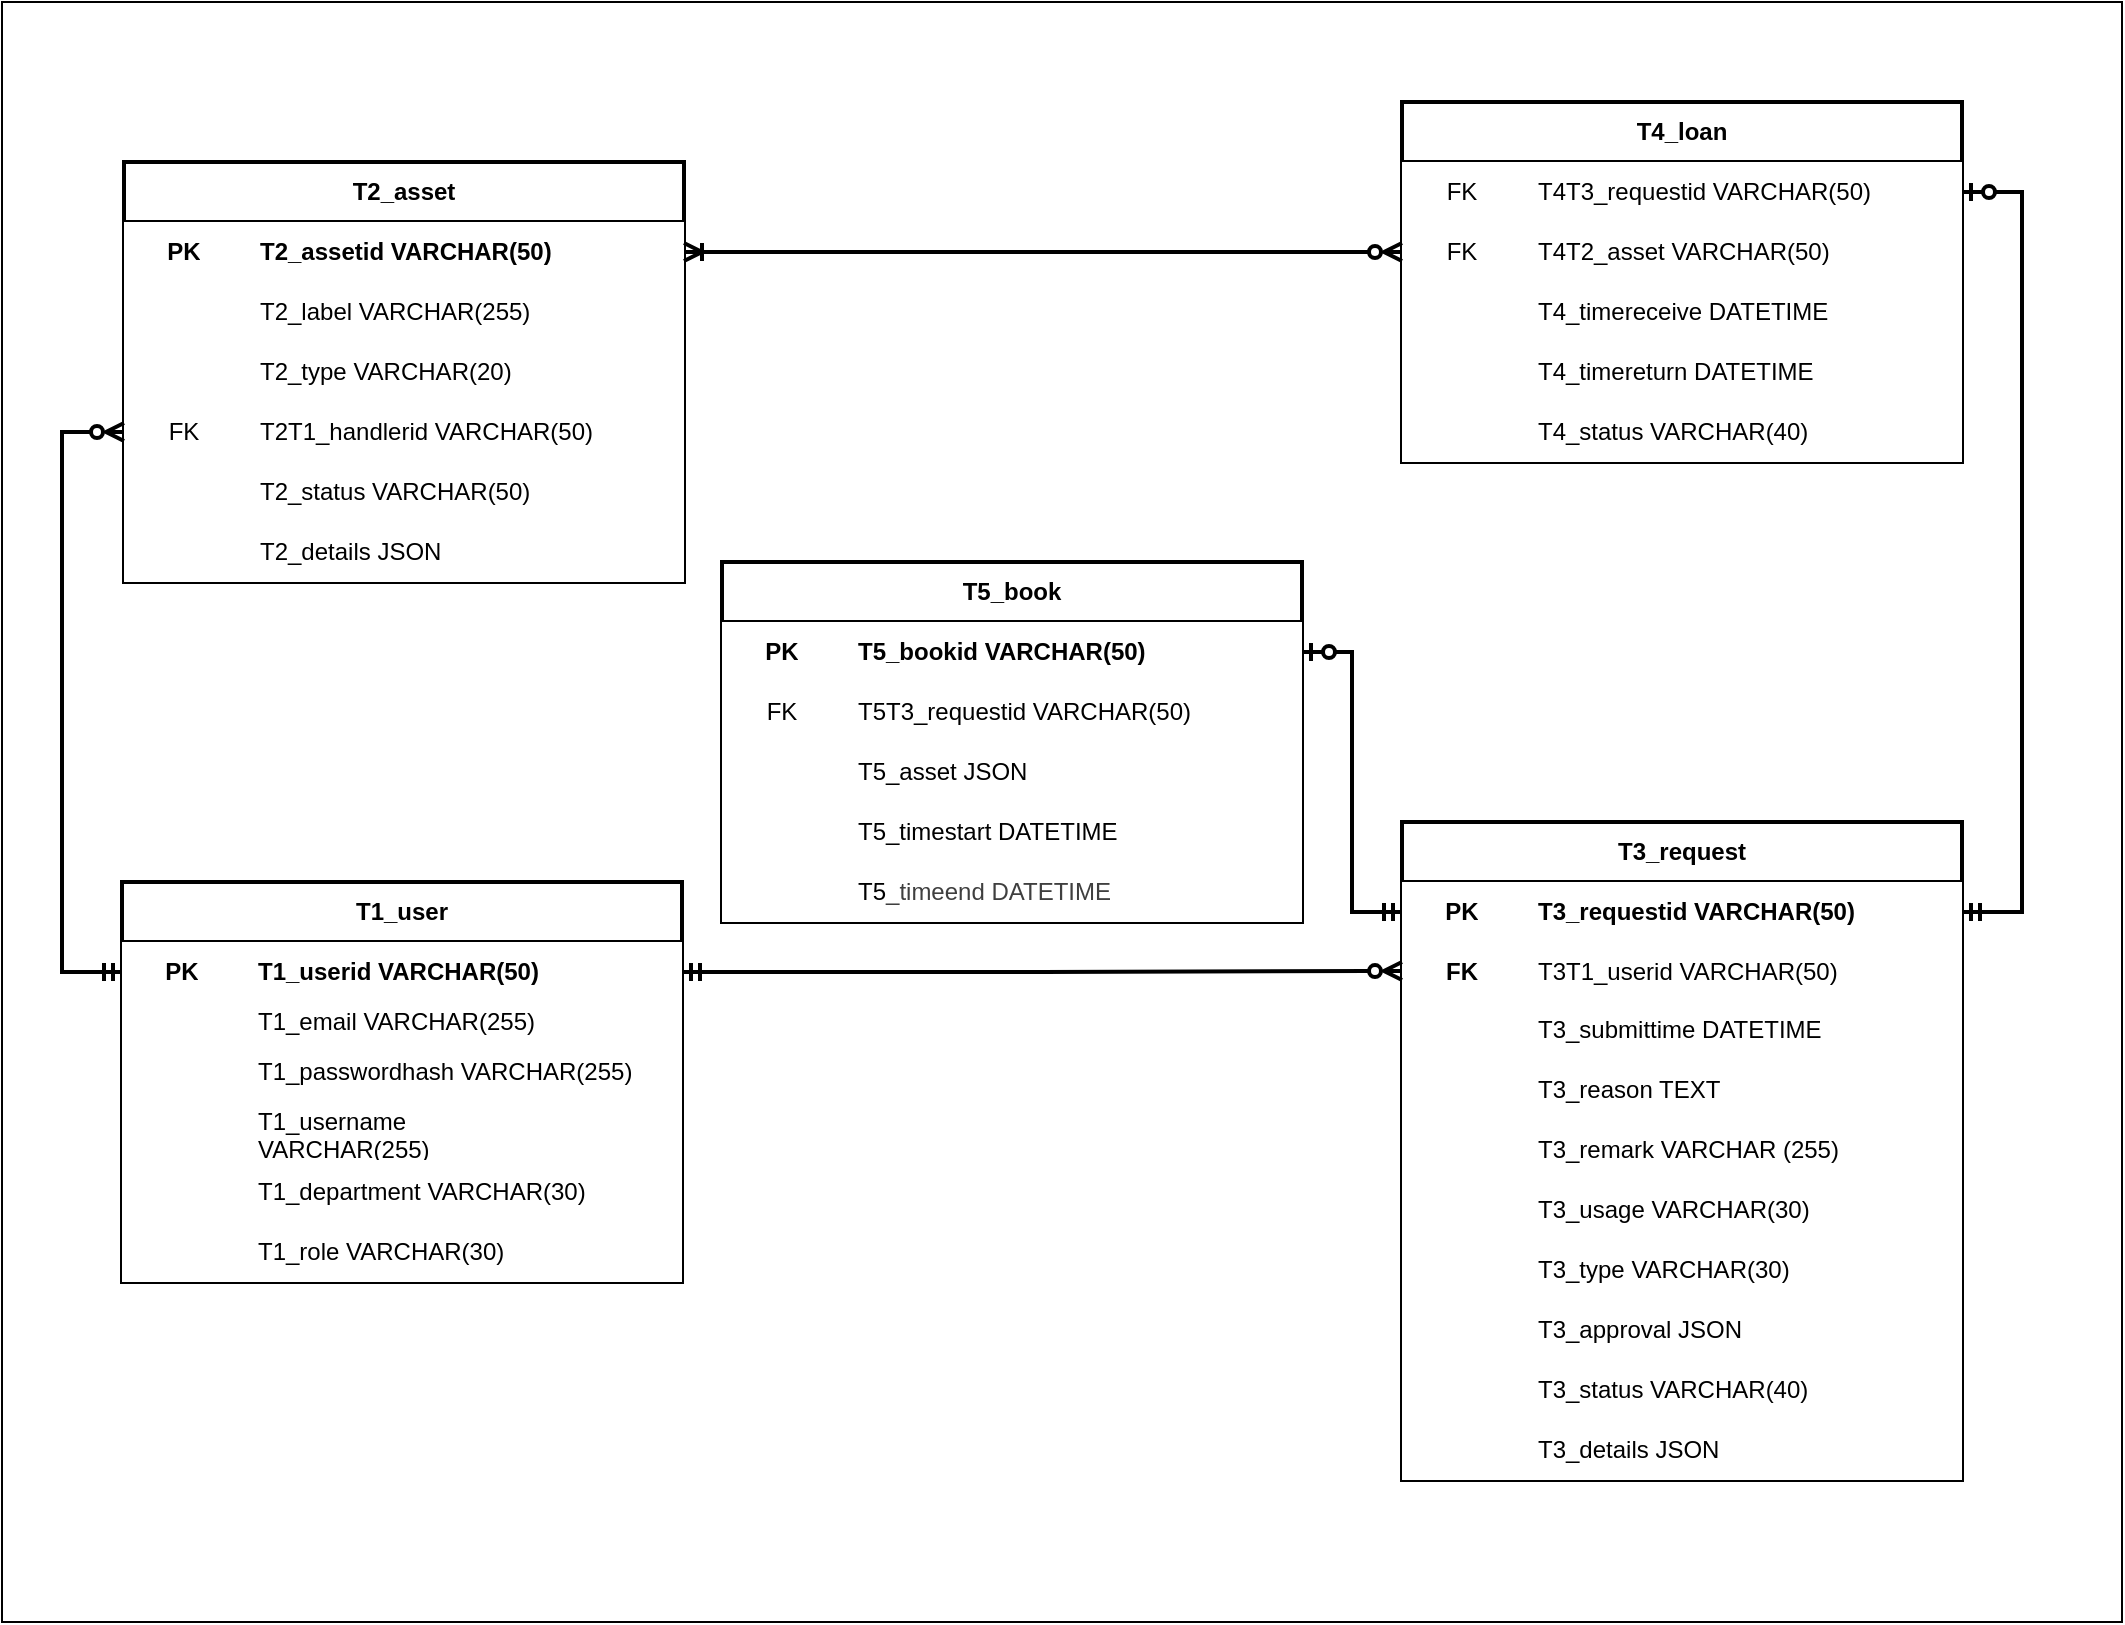
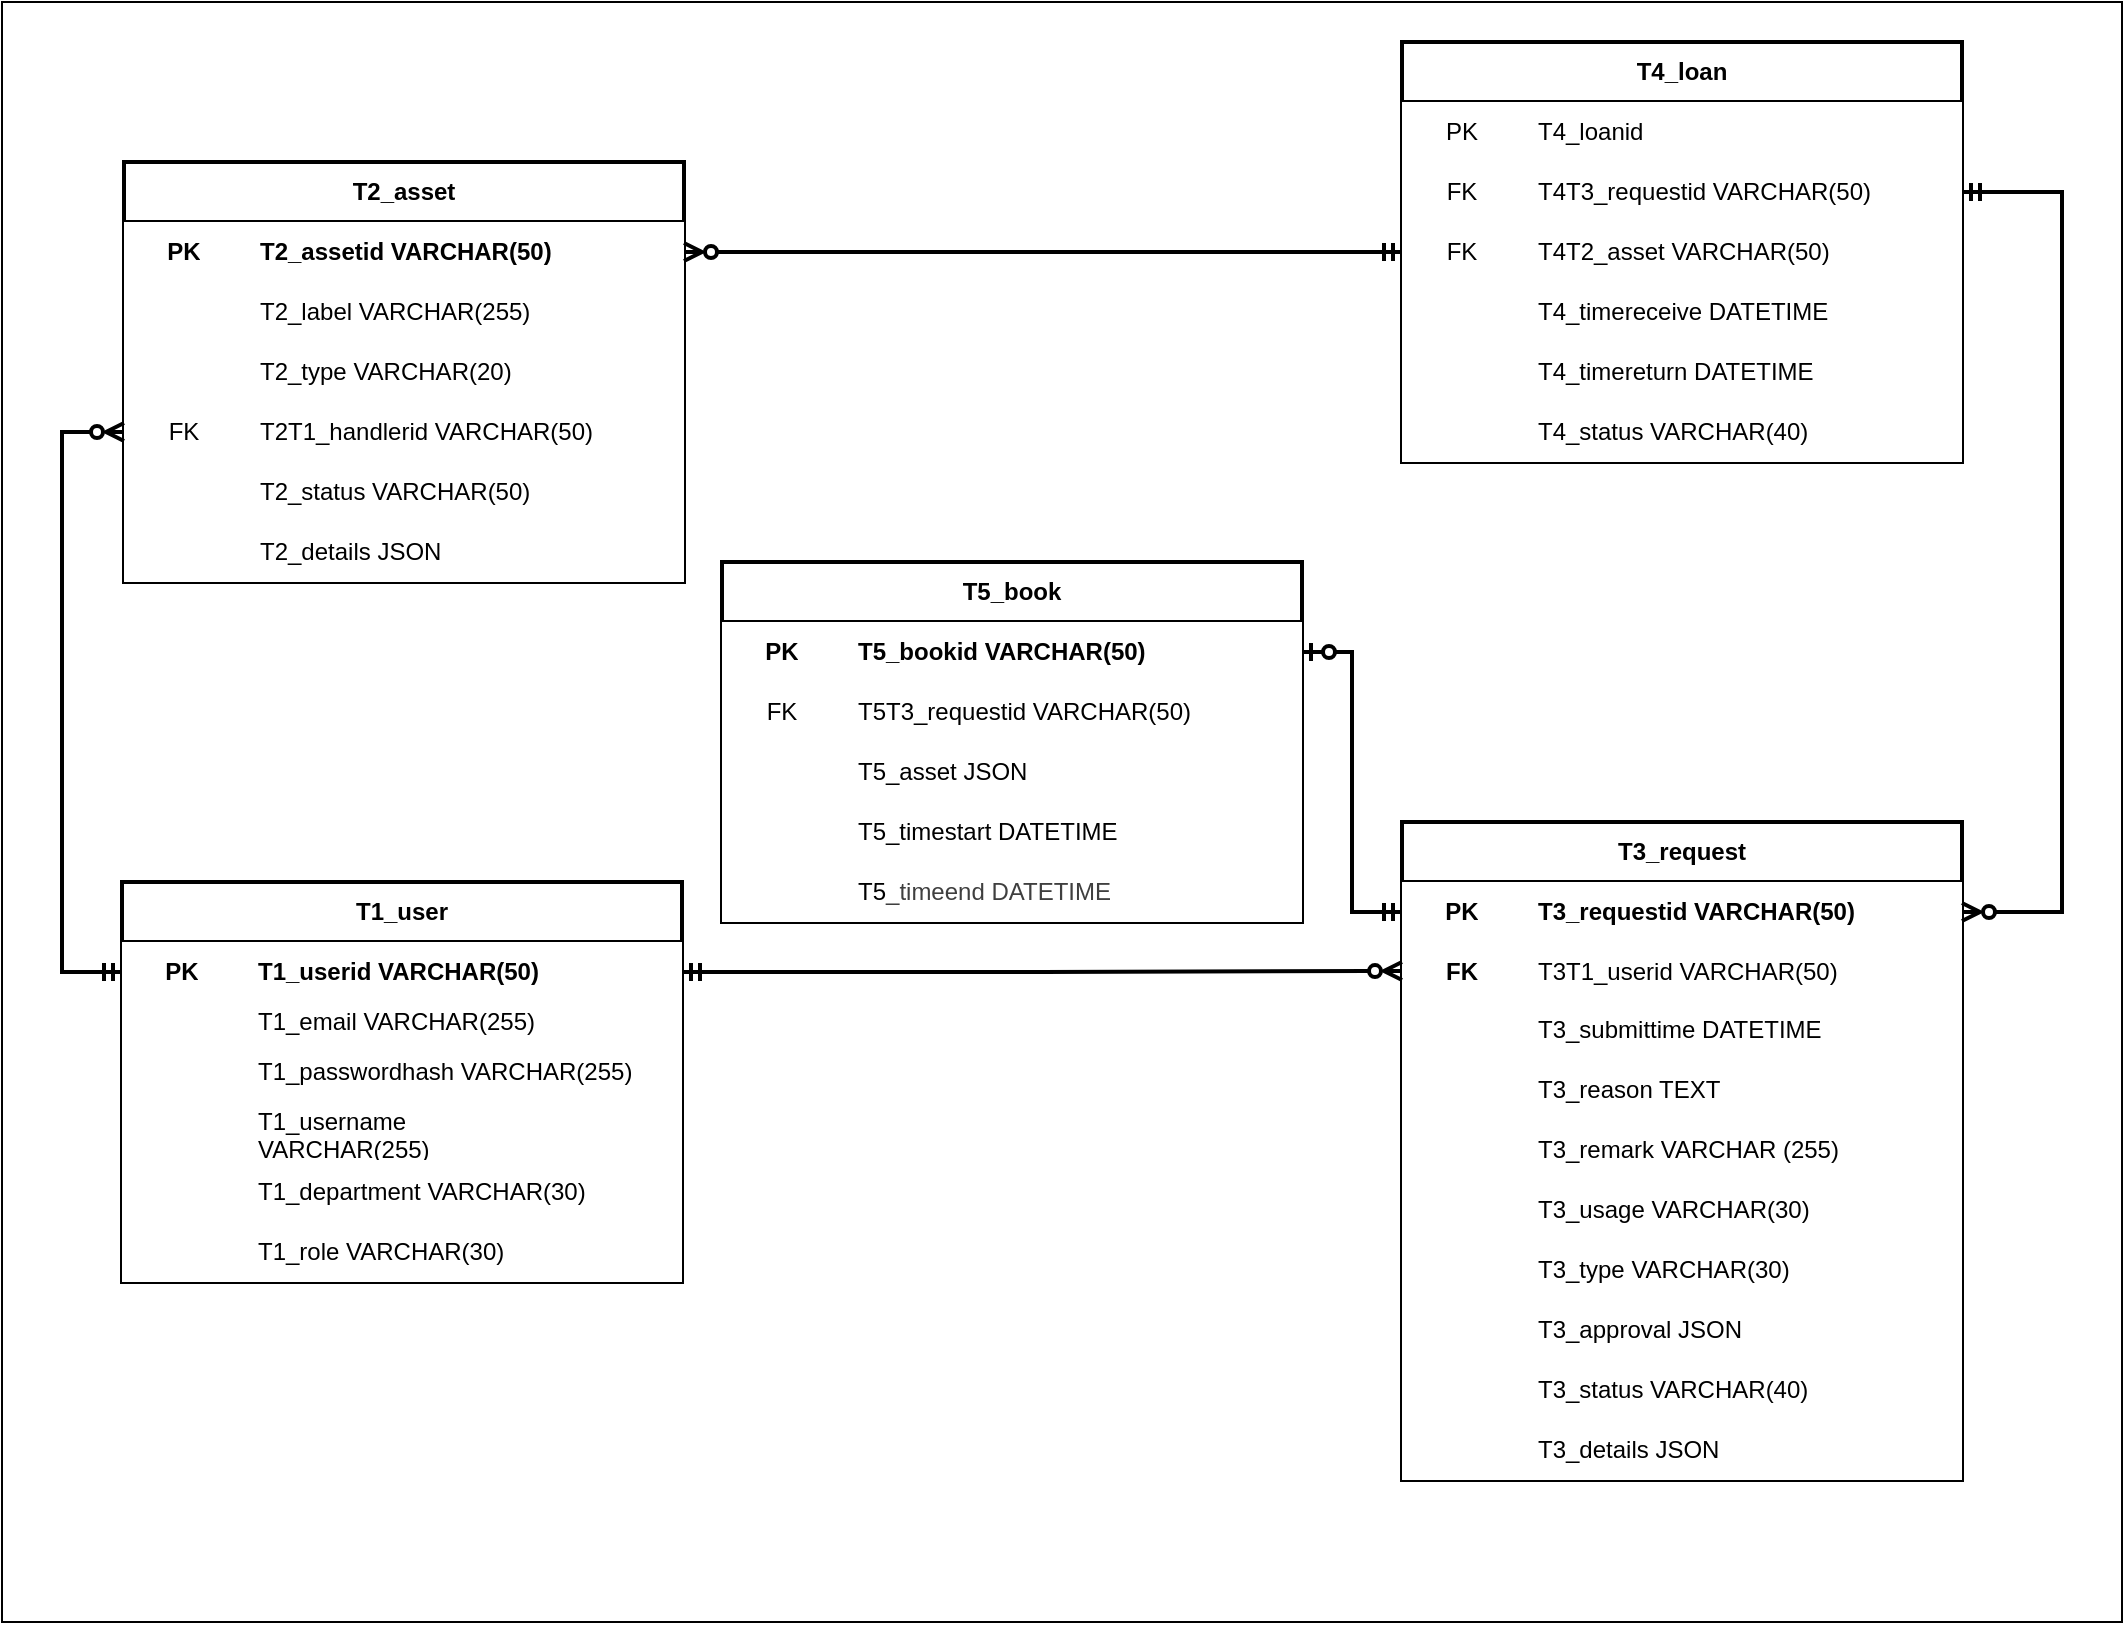
<mxfile host="65bd71144e">
    <diagram id="99jGwjI2mK34O7oxaWJw" name="Page-1">
-         <mxGraphModel dx="798" dy="547" grid="1" gridSize="10" guides="1" tooltips="1" connect="1" arrows="1" fold="1" page="1" pageScale="1" pageWidth="827" pageHeight="1169" math="0" shadow="0">
+         <mxGraphModel dx="1330" dy="912" grid="1" gridSize="10" guides="1" tooltips="1" connect="1" arrows="1" fold="1" page="1" pageScale="1" pageWidth="827" pageHeight="1169" math="0" shadow="0">
            <root>
                <mxCell id="0"/>
                <mxCell id="1" parent="0"/>
-                 <mxCell id="160" value="" style="rounded=0;whiteSpace=wrap;html=1;" parent="1" vertex="1">
+                 <mxCell id="160" value="" style="rounded=0;whiteSpace=wrap;html=1;movable=0;resizable=0;rotatable=0;deletable=0;editable=0;locked=1;connectable=0;" parent="1" vertex="1">
                    <mxGeometry x="160" y="90" width="1060" height="810" as="geometry"/>
                </mxCell>
                <mxCell id="18" value="T1_user" style="shape=table;startSize=30;container=1;collapsible=1;childLayout=tableLayout;fixedRows=1;rowLines=0;fontStyle=1;align=center;resizeLast=1;html=1;whiteSpace=wrap;fillColor=default;fillStyle=solid;swimlaneFillColor=none;strokeColor=default;perimeterSpacing=0;swimlaneLine=1;shadow=0;strokeWidth=2;labelBorderColor=none;labelBackgroundColor=none;" parent="1" vertex="1">
                    <mxGeometry x="220" y="530" width="280" height="200" as="geometry"/>
                </mxCell>
                <mxCell id="19" value="" style="shape=tableRow;horizontal=0;startSize=0;swimlaneHead=0;swimlaneBody=0;fillColor=default;collapsible=0;dropTarget=0;points=[[0,0.5],[1,0.5]];portConstraint=eastwest;top=0;left=0;right=0;bottom=0;html=1;labelBackgroundColor=none;labelBorderColor=none;swimlaneFillColor=none;" parent="18" vertex="1">
                    <mxGeometry y="30" width="280" height="30" as="geometry"/>
                </mxCell>
                <mxCell id="20" value="PK" style="shape=partialRectangle;connectable=0;fillColor=default;top=0;left=0;bottom=0;right=0;fontStyle=1;overflow=hidden;html=1;whiteSpace=wrap;labelBackgroundColor=none;labelBorderColor=none;swimlaneFillColor=none;" parent="19" vertex="1">
                    <mxGeometry width="60" height="30" as="geometry">
                        <mxRectangle width="60" height="30" as="alternateBounds"/>
                    </mxGeometry>
                </mxCell>
                <mxCell id="21" value="T1_userid VARCHAR(50)" style="shape=partialRectangle;connectable=0;fillColor=default;top=0;left=0;bottom=0;right=0;align=left;spacingLeft=6;fontStyle=1;overflow=hidden;html=1;whiteSpace=wrap;labelBackgroundColor=none;labelBorderColor=none;swimlaneFillColor=none;" parent="19" vertex="1">
                    <mxGeometry x="60" width="220" height="30" as="geometry">
                        <mxRectangle width="220" height="30" as="alternateBounds"/>
                    </mxGeometry>
                </mxCell>
                <mxCell id="22" value="" style="shape=tableRow;horizontal=0;startSize=0;swimlaneHead=0;swimlaneBody=0;fillColor=default;collapsible=0;dropTarget=0;points=[[0,0.5],[1,0.5]];portConstraint=eastwest;top=0;left=0;right=0;bottom=0;html=1;labelBackgroundColor=none;labelBorderColor=none;swimlaneFillColor=none;" parent="18" vertex="1">
                    <mxGeometry y="60" width="280" height="20" as="geometry"/>
                </mxCell>
                <mxCell id="23" value="" style="shape=partialRectangle;connectable=0;fillColor=default;top=0;left=0;bottom=0;right=0;fontStyle=1;overflow=hidden;html=1;whiteSpace=wrap;strokeWidth=1;shadow=0;strokeColor=default;perimeterSpacing=0;labelBackgroundColor=none;labelBorderColor=none;swimlaneFillColor=none;" parent="22" vertex="1">
                    <mxGeometry width="60" height="20" as="geometry">
                        <mxRectangle width="60" height="20" as="alternateBounds"/>
                    </mxGeometry>
                </mxCell>
                <mxCell id="24" value="T1_email VARCHAR(255)" style="shape=partialRectangle;connectable=0;fillColor=default;top=0;left=0;bottom=0;right=0;align=left;spacingLeft=6;fontStyle=0;overflow=hidden;html=1;whiteSpace=wrap;strokeWidth=1;shadow=0;perimeterSpacing=0;labelBackgroundColor=none;labelBorderColor=none;swimlaneFillColor=none;" parent="22" vertex="1">
                    <mxGeometry x="60" width="220" height="20" as="geometry">
                        <mxRectangle width="220" height="20" as="alternateBounds"/>
                    </mxGeometry>
                </mxCell>
                <mxCell id="25" value="" style="shape=tableRow;horizontal=0;startSize=0;swimlaneHead=0;swimlaneBody=0;fillColor=default;collapsible=0;dropTarget=0;points=[[0,0.5],[1,0.5]];portConstraint=eastwest;top=0;left=0;right=0;bottom=0;html=1;labelBackgroundColor=none;labelBorderColor=none;swimlaneFillColor=none;" parent="18" vertex="1">
                    <mxGeometry y="80" width="280" height="30" as="geometry"/>
                </mxCell>
                <mxCell id="26" value="" style="shape=partialRectangle;connectable=0;fillColor=default;top=0;left=0;bottom=0;right=0;editable=1;overflow=hidden;html=1;whiteSpace=wrap;labelBackgroundColor=none;labelBorderColor=none;swimlaneFillColor=none;" parent="25" vertex="1">
                    <mxGeometry width="60" height="30" as="geometry">
                        <mxRectangle width="60" height="30" as="alternateBounds"/>
                    </mxGeometry>
                </mxCell>
                <mxCell id="27" value="T1_passwordhash VARCHAR(255)" style="shape=partialRectangle;connectable=0;fillColor=default;top=0;left=0;bottom=0;right=0;align=left;spacingLeft=6;overflow=hidden;html=1;whiteSpace=wrap;labelBackgroundColor=none;labelBorderColor=none;swimlaneFillColor=none;" parent="25" vertex="1">
                    <mxGeometry x="60" width="220" height="30" as="geometry">
                        <mxRectangle width="220" height="30" as="alternateBounds"/>
                    </mxGeometry>
                </mxCell>
                <mxCell id="119" value="" style="shape=tableRow;horizontal=0;startSize=0;swimlaneHead=0;swimlaneBody=0;fillColor=default;collapsible=0;dropTarget=0;points=[[0,0.5],[1,0.5]];portConstraint=eastwest;top=0;left=0;right=0;bottom=0;html=1;labelBackgroundColor=none;labelBorderColor=none;swimlaneFillColor=none;" parent="18" vertex="1">
                    <mxGeometry y="110" width="280" height="30" as="geometry"/>
                </mxCell>
                <mxCell id="120" value="" style="shape=partialRectangle;connectable=0;fillColor=default;top=0;left=0;bottom=0;right=0;editable=1;overflow=hidden;html=1;whiteSpace=wrap;labelBackgroundColor=none;labelBorderColor=none;swimlaneFillColor=none;" parent="119" vertex="1">
                    <mxGeometry width="60" height="30" as="geometry">
                        <mxRectangle width="60" height="30" as="alternateBounds"/>
                    </mxGeometry>
                </mxCell>
                <mxCell id="121" value="T1_username VARCHAR(255)&lt;span style=&quot;white-space: pre;&quot;&gt;&#x9;&lt;/span&gt;&lt;span style=&quot;white-space: pre;&quot;&gt;&#x9;&lt;/span&gt;" style="shape=partialRectangle;connectable=0;fillColor=default;top=0;left=0;bottom=0;right=0;align=left;spacingLeft=6;overflow=hidden;html=1;whiteSpace=wrap;labelBackgroundColor=none;labelBorderColor=none;swimlaneFillColor=none;" parent="119" vertex="1">
                    <mxGeometry x="60" width="220" height="30" as="geometry">
                        <mxRectangle width="220" height="30" as="alternateBounds"/>
                    </mxGeometry>
                </mxCell>
                <mxCell id="122" value="" style="shape=tableRow;horizontal=0;startSize=0;swimlaneHead=0;swimlaneBody=0;fillColor=default;collapsible=0;dropTarget=0;points=[[0,0.5],[1,0.5]];portConstraint=eastwest;top=0;left=0;right=0;bottom=0;html=1;labelBackgroundColor=none;labelBorderColor=none;swimlaneFillColor=none;" parent="18" vertex="1">
                    <mxGeometry y="140" width="280" height="30" as="geometry"/>
                </mxCell>
                <mxCell id="123" value="" style="shape=partialRectangle;connectable=0;fillColor=default;top=0;left=0;bottom=0;right=0;editable=1;overflow=hidden;html=1;whiteSpace=wrap;labelBackgroundColor=none;labelBorderColor=none;swimlaneFillColor=none;" parent="122" vertex="1">
                    <mxGeometry width="60" height="30" as="geometry">
                        <mxRectangle width="60" height="30" as="alternateBounds"/>
                    </mxGeometry>
                </mxCell>
                <mxCell id="124" value="T1_department VARCHAR(30)" style="shape=partialRectangle;connectable=0;fillColor=default;top=0;left=0;bottom=0;right=0;align=left;spacingLeft=6;overflow=hidden;html=1;whiteSpace=wrap;labelBackgroundColor=none;labelBorderColor=none;swimlaneFillColor=none;" parent="122" vertex="1">
                    <mxGeometry x="60" width="220" height="30" as="geometry">
                        <mxRectangle width="220" height="30" as="alternateBounds"/>
                    </mxGeometry>
                </mxCell>
                <mxCell id="28" value="" style="shape=tableRow;horizontal=0;startSize=0;swimlaneHead=0;swimlaneBody=0;fillColor=default;collapsible=0;dropTarget=0;points=[[0,0.5],[1,0.5]];portConstraint=eastwest;top=0;left=0;right=0;bottom=0;html=1;labelBackgroundColor=none;labelBorderColor=none;swimlaneFillColor=none;" parent="18" vertex="1">
                    <mxGeometry y="170" width="280" height="30" as="geometry"/>
                </mxCell>
                <mxCell id="29" value="" style="shape=partialRectangle;connectable=0;fillColor=default;top=0;left=0;bottom=0;right=0;editable=1;overflow=hidden;html=1;whiteSpace=wrap;labelBackgroundColor=none;labelBorderColor=none;swimlaneFillColor=none;" parent="28" vertex="1">
                    <mxGeometry width="60" height="30" as="geometry">
                        <mxRectangle width="60" height="30" as="alternateBounds"/>
                    </mxGeometry>
                </mxCell>
                <mxCell id="30" value="T1_role VARCHAR(30)" style="shape=partialRectangle;connectable=0;fillColor=default;top=0;left=0;bottom=0;right=0;align=left;spacingLeft=6;overflow=hidden;html=1;whiteSpace=wrap;labelBackgroundColor=none;labelBorderColor=none;swimlaneFillColor=none;" parent="28" vertex="1">
                    <mxGeometry x="60" width="220" height="30" as="geometry">
                        <mxRectangle width="220" height="30" as="alternateBounds"/>
                    </mxGeometry>
                </mxCell>
                <mxCell id="34" value="T2_asset" style="shape=table;startSize=30;container=1;collapsible=1;childLayout=tableLayout;fixedRows=1;rowLines=0;fontStyle=1;align=center;resizeLast=1;html=1;whiteSpace=wrap;fillColor=default;fillStyle=solid;swimlaneFillColor=none;strokeColor=default;perimeterSpacing=0;swimlaneLine=1;shadow=0;strokeWidth=2;labelBorderColor=none;labelBackgroundColor=none;" parent="1" vertex="1">
                    <mxGeometry x="221" y="170" width="280" height="210" as="geometry"/>
                </mxCell>
                <mxCell id="35" value="" style="shape=tableRow;horizontal=0;startSize=0;swimlaneHead=0;swimlaneBody=0;fillColor=default;collapsible=0;dropTarget=0;points=[[0,0.5],[1,0.5]];portConstraint=eastwest;top=0;left=0;right=0;bottom=0;html=1;labelBackgroundColor=none;labelBorderColor=none;swimlaneFillColor=none;" parent="34" vertex="1">
                    <mxGeometry y="30" width="280" height="30" as="geometry"/>
                </mxCell>
                <mxCell id="36" value="PK" style="shape=partialRectangle;connectable=0;fillColor=default;top=0;left=0;bottom=0;right=0;fontStyle=1;overflow=hidden;html=1;whiteSpace=wrap;labelBackgroundColor=none;labelBorderColor=none;swimlaneFillColor=none;" parent="35" vertex="1">
                    <mxGeometry width="60" height="30" as="geometry">
                        <mxRectangle width="60" height="30" as="alternateBounds"/>
                    </mxGeometry>
                </mxCell>
                <mxCell id="37" value="T2_assetid VARCHAR(50)" style="shape=partialRectangle;connectable=0;fillColor=default;top=0;left=0;bottom=0;right=0;align=left;spacingLeft=6;fontStyle=1;overflow=hidden;html=1;whiteSpace=wrap;labelBackgroundColor=none;labelBorderColor=none;swimlaneFillColor=none;" parent="35" vertex="1">
                    <mxGeometry x="60" width="220" height="30" as="geometry">
                        <mxRectangle width="220" height="30" as="alternateBounds"/>
                    </mxGeometry>
                </mxCell>
                <mxCell id="38" value="" style="shape=tableRow;horizontal=0;startSize=0;swimlaneHead=0;swimlaneBody=0;fillColor=default;collapsible=0;dropTarget=0;points=[[0,0.5],[1,0.5]];portConstraint=eastwest;top=0;left=0;right=0;bottom=0;html=1;labelBackgroundColor=none;labelBorderColor=none;swimlaneFillColor=none;" parent="34" vertex="1">
                    <mxGeometry y="60" width="280" height="30" as="geometry"/>
                </mxCell>
                <mxCell id="39" value="" style="shape=partialRectangle;connectable=0;fillColor=default;top=0;left=0;bottom=0;right=0;fontStyle=1;overflow=hidden;html=1;whiteSpace=wrap;strokeWidth=1;shadow=0;strokeColor=default;perimeterSpacing=0;labelBackgroundColor=none;labelBorderColor=none;swimlaneFillColor=none;" parent="38" vertex="1">
                    <mxGeometry width="60" height="30" as="geometry">
                        <mxRectangle width="60" height="30" as="alternateBounds"/>
                    </mxGeometry>
                </mxCell>
                <mxCell id="40" value="T2_label VARCHAR(255)" style="shape=partialRectangle;connectable=0;fillColor=default;top=0;left=0;bottom=0;right=0;align=left;spacingLeft=6;fontStyle=0;overflow=hidden;html=1;whiteSpace=wrap;strokeWidth=1;shadow=0;perimeterSpacing=0;labelBackgroundColor=none;labelBorderColor=none;swimlaneFillColor=none;" parent="38" vertex="1">
                    <mxGeometry x="60" width="220" height="30" as="geometry">
                        <mxRectangle width="220" height="30" as="alternateBounds"/>
                    </mxGeometry>
                </mxCell>
                <mxCell id="66" value="" style="shape=tableRow;horizontal=0;startSize=0;swimlaneHead=0;swimlaneBody=0;fillColor=default;collapsible=0;dropTarget=0;points=[[0,0.5],[1,0.5]];portConstraint=eastwest;top=0;left=0;right=0;bottom=0;html=1;labelBackgroundColor=none;labelBorderColor=none;swimlaneFillColor=none;" parent="34" vertex="1">
                    <mxGeometry y="90" width="280" height="30" as="geometry"/>
                </mxCell>
                <mxCell id="67" value="" style="shape=partialRectangle;connectable=0;fillColor=default;top=0;left=0;bottom=0;right=0;fontStyle=1;overflow=hidden;html=1;whiteSpace=wrap;strokeWidth=1;shadow=0;strokeColor=default;perimeterSpacing=0;labelBackgroundColor=none;labelBorderColor=none;swimlaneFillColor=none;" parent="66" vertex="1">
                    <mxGeometry width="60" height="30" as="geometry">
                        <mxRectangle width="60" height="30" as="alternateBounds"/>
                    </mxGeometry>
                </mxCell>
                <mxCell id="68" value="T2_type VARCHAR(20)" style="shape=partialRectangle;connectable=0;fillColor=default;top=0;left=0;bottom=0;right=0;align=left;spacingLeft=6;fontStyle=0;overflow=hidden;html=1;whiteSpace=wrap;strokeWidth=1;shadow=0;perimeterSpacing=0;labelBackgroundColor=none;labelBorderColor=none;swimlaneFillColor=none;" parent="66" vertex="1">
                    <mxGeometry x="60" width="220" height="30" as="geometry">
                        <mxRectangle width="220" height="30" as="alternateBounds"/>
                    </mxGeometry>
                </mxCell>
                <mxCell id="60" value="" style="shape=tableRow;horizontal=0;startSize=0;swimlaneHead=0;swimlaneBody=0;fillColor=default;collapsible=0;dropTarget=0;points=[[0,0.5],[1,0.5]];portConstraint=eastwest;top=0;left=0;right=0;bottom=0;html=1;labelBackgroundColor=none;labelBorderColor=none;swimlaneFillColor=none;" parent="34" vertex="1">
                    <mxGeometry y="120" width="280" height="30" as="geometry"/>
                </mxCell>
                <mxCell id="61" value="FK" style="shape=partialRectangle;connectable=0;fillColor=default;top=0;left=0;bottom=0;right=0;editable=1;overflow=hidden;html=1;whiteSpace=wrap;labelBackgroundColor=none;labelBorderColor=none;swimlaneFillColor=none;" parent="60" vertex="1">
                    <mxGeometry width="60" height="30" as="geometry">
                        <mxRectangle width="60" height="30" as="alternateBounds"/>
                    </mxGeometry>
                </mxCell>
                <mxCell id="62" value="T2T1_handlerid VARCHAR(50)" style="shape=partialRectangle;connectable=0;fillColor=default;top=0;left=0;bottom=0;right=0;align=left;spacingLeft=6;overflow=hidden;html=1;whiteSpace=wrap;labelBackgroundColor=none;labelBorderColor=none;swimlaneFillColor=none;" parent="60" vertex="1">
                    <mxGeometry x="60" width="220" height="30" as="geometry">
                        <mxRectangle width="220" height="30" as="alternateBounds"/>
                    </mxGeometry>
                </mxCell>
                <mxCell id="69" value="" style="shape=tableRow;horizontal=0;startSize=0;swimlaneHead=0;swimlaneBody=0;fillColor=default;collapsible=0;dropTarget=0;points=[[0,0.5],[1,0.5]];portConstraint=eastwest;top=0;left=0;right=0;bottom=0;html=1;labelBackgroundColor=none;labelBorderColor=none;swimlaneFillColor=none;" parent="34" vertex="1">
                    <mxGeometry y="150" width="280" height="30" as="geometry"/>
                </mxCell>
                <mxCell id="70" value="" style="shape=partialRectangle;connectable=0;fillColor=default;top=0;left=0;bottom=0;right=0;editable=1;overflow=hidden;html=1;whiteSpace=wrap;labelBackgroundColor=none;labelBorderColor=none;swimlaneFillColor=none;" parent="69" vertex="1">
                    <mxGeometry width="60" height="30" as="geometry">
                        <mxRectangle width="60" height="30" as="alternateBounds"/>
                    </mxGeometry>
                </mxCell>
                <mxCell id="71" value="T2_status VARCHAR(50)" style="shape=partialRectangle;connectable=0;fillColor=default;top=0;left=0;bottom=0;right=0;align=left;spacingLeft=6;overflow=hidden;html=1;whiteSpace=wrap;labelBackgroundColor=none;labelBorderColor=none;swimlaneFillColor=none;" parent="69" vertex="1">
                    <mxGeometry x="60" width="220" height="30" as="geometry">
                        <mxRectangle width="220" height="30" as="alternateBounds"/>
                    </mxGeometry>
                </mxCell>
                <mxCell id="153" value="" style="shape=tableRow;horizontal=0;startSize=0;swimlaneHead=0;swimlaneBody=0;fillColor=default;collapsible=0;dropTarget=0;points=[[0,0.5],[1,0.5]];portConstraint=eastwest;top=0;left=0;right=0;bottom=0;html=1;labelBackgroundColor=none;labelBorderColor=none;swimlaneFillColor=none;" parent="34" vertex="1">
                    <mxGeometry y="180" width="280" height="30" as="geometry"/>
                </mxCell>
                <mxCell id="154" value="" style="shape=partialRectangle;connectable=0;fillColor=default;top=0;left=0;bottom=0;right=0;editable=1;overflow=hidden;html=1;whiteSpace=wrap;labelBackgroundColor=none;labelBorderColor=none;swimlaneFillColor=none;" parent="153" vertex="1">
                    <mxGeometry width="60" height="30" as="geometry">
                        <mxRectangle width="60" height="30" as="alternateBounds"/>
                    </mxGeometry>
                </mxCell>
                <mxCell id="155" value="T2_details JSON" style="shape=partialRectangle;connectable=0;fillColor=default;top=0;left=0;bottom=0;right=0;align=left;spacingLeft=6;overflow=hidden;html=1;whiteSpace=wrap;labelBackgroundColor=none;labelBorderColor=none;swimlaneFillColor=none;" parent="153" vertex="1">
                    <mxGeometry x="60" width="220" height="30" as="geometry">
                        <mxRectangle width="220" height="30" as="alternateBounds"/>
                    </mxGeometry>
                </mxCell>
                <mxCell id="72" value="T3_request" style="shape=table;startSize=30;container=1;collapsible=1;childLayout=tableLayout;fixedRows=1;rowLines=0;fontStyle=1;align=center;resizeLast=1;html=1;whiteSpace=wrap;fillColor=default;fillStyle=solid;swimlaneFillColor=none;strokeColor=default;perimeterSpacing=0;swimlaneLine=1;shadow=0;strokeWidth=2;labelBorderColor=none;labelBackgroundColor=none;" parent="1" vertex="1">
                    <mxGeometry x="860" y="500" width="280" height="329" as="geometry"/>
                </mxCell>
                <mxCell id="73" value="" style="shape=tableRow;horizontal=0;startSize=0;swimlaneHead=0;swimlaneBody=0;fillColor=default;collapsible=0;dropTarget=0;points=[[0,0.5],[1,0.5]];portConstraint=eastwest;top=0;left=0;right=0;bottom=0;html=1;labelBackgroundColor=none;labelBorderColor=none;swimlaneFillColor=none;" parent="72" vertex="1">
                    <mxGeometry y="30" width="280" height="30" as="geometry"/>
                </mxCell>
                <mxCell id="74" value="PK" style="shape=partialRectangle;connectable=0;fillColor=default;top=0;left=0;bottom=0;right=0;fontStyle=1;overflow=hidden;html=1;whiteSpace=wrap;labelBackgroundColor=none;labelBorderColor=none;swimlaneFillColor=none;" parent="73" vertex="1">
                    <mxGeometry width="60" height="30" as="geometry">
                        <mxRectangle width="60" height="30" as="alternateBounds"/>
                    </mxGeometry>
                </mxCell>
                <mxCell id="75" value="T3_requestid VARCHAR(50)" style="shape=partialRectangle;connectable=0;fillColor=default;top=0;left=0;bottom=0;right=0;align=left;spacingLeft=6;fontStyle=1;overflow=hidden;html=1;whiteSpace=wrap;labelBackgroundColor=none;labelBorderColor=none;swimlaneFillColor=none;" parent="73" vertex="1">
                    <mxGeometry x="60" width="220" height="30" as="geometry">
                        <mxRectangle width="220" height="30" as="alternateBounds"/>
                    </mxGeometry>
                </mxCell>
                <mxCell id="76" value="" style="shape=tableRow;horizontal=0;startSize=0;swimlaneHead=0;swimlaneBody=0;fillColor=default;collapsible=0;dropTarget=0;points=[[0,0.5],[1,0.5]];portConstraint=eastwest;top=0;left=0;right=0;bottom=0;html=1;labelBackgroundColor=none;labelBorderColor=none;swimlaneFillColor=none;" parent="72" vertex="1">
                    <mxGeometry y="60" width="280" height="29" as="geometry"/>
                </mxCell>
                <mxCell id="77" value="FK" style="shape=partialRectangle;connectable=0;fillColor=default;top=0;left=0;bottom=0;right=0;fontStyle=1;overflow=hidden;html=1;whiteSpace=wrap;strokeWidth=1;shadow=0;strokeColor=default;perimeterSpacing=0;labelBackgroundColor=none;labelBorderColor=none;swimlaneFillColor=none;" parent="76" vertex="1">
                    <mxGeometry width="60" height="29" as="geometry">
                        <mxRectangle width="60" height="29" as="alternateBounds"/>
                    </mxGeometry>
                </mxCell>
                <mxCell id="78" value="T3T1_userid VARCHAR(50)" style="shape=partialRectangle;connectable=0;fillColor=default;top=0;left=0;bottom=0;right=0;align=left;spacingLeft=6;fontStyle=0;overflow=hidden;html=1;whiteSpace=wrap;strokeWidth=1;shadow=0;perimeterSpacing=0;labelBackgroundColor=none;labelBorderColor=none;swimlaneFillColor=none;" parent="76" vertex="1">
                    <mxGeometry x="60" width="220" height="29" as="geometry">
                        <mxRectangle width="220" height="29" as="alternateBounds"/>
                    </mxGeometry>
                </mxCell>
                <mxCell id="79" value="" style="shape=tableRow;horizontal=0;startSize=0;swimlaneHead=0;swimlaneBody=0;fillColor=default;collapsible=0;dropTarget=0;points=[[0,0.5],[1,0.5]];portConstraint=eastwest;top=0;left=0;right=0;bottom=0;html=1;labelBackgroundColor=none;labelBorderColor=none;swimlaneFillColor=none;" parent="72" vertex="1">
                    <mxGeometry y="89" width="280" height="30" as="geometry"/>
                </mxCell>
                <mxCell id="80" value="" style="shape=partialRectangle;connectable=0;fillColor=default;top=0;left=0;bottom=0;right=0;editable=1;overflow=hidden;html=1;whiteSpace=wrap;labelBackgroundColor=none;labelBorderColor=none;swimlaneFillColor=none;" parent="79" vertex="1">
                    <mxGeometry width="60" height="30" as="geometry">
                        <mxRectangle width="60" height="30" as="alternateBounds"/>
                    </mxGeometry>
                </mxCell>
                <mxCell id="81" value="T3_submittime DATETIME" style="shape=partialRectangle;connectable=0;fillColor=default;top=0;left=0;bottom=0;right=0;align=left;spacingLeft=6;overflow=hidden;html=1;whiteSpace=wrap;labelBackgroundColor=none;labelBorderColor=none;swimlaneFillColor=none;" parent="79" vertex="1">
                    <mxGeometry x="60" width="220" height="30" as="geometry">
                        <mxRectangle width="220" height="30" as="alternateBounds"/>
                    </mxGeometry>
                </mxCell>
                <mxCell id="128" value="" style="shape=tableRow;horizontal=0;startSize=0;swimlaneHead=0;swimlaneBody=0;fillColor=default;collapsible=0;dropTarget=0;points=[[0,0.5],[1,0.5]];portConstraint=eastwest;top=0;left=0;right=0;bottom=0;html=1;labelBackgroundColor=none;labelBorderColor=none;swimlaneFillColor=none;" parent="72" vertex="1">
                    <mxGeometry y="119" width="280" height="30" as="geometry"/>
                </mxCell>
                <mxCell id="129" value="" style="shape=partialRectangle;connectable=0;fillColor=default;top=0;left=0;bottom=0;right=0;editable=1;overflow=hidden;html=1;whiteSpace=wrap;labelBackgroundColor=none;labelBorderColor=none;swimlaneFillColor=none;" parent="128" vertex="1">
                    <mxGeometry width="60" height="30" as="geometry">
                        <mxRectangle width="60" height="30" as="alternateBounds"/>
                    </mxGeometry>
                </mxCell>
                <mxCell id="130" value="T3_reason TEXT" style="shape=partialRectangle;connectable=0;fillColor=default;top=0;left=0;bottom=0;right=0;align=left;spacingLeft=6;overflow=hidden;html=1;whiteSpace=wrap;labelBackgroundColor=none;labelBorderColor=none;swimlaneFillColor=none;" parent="128" vertex="1">
                    <mxGeometry x="60" width="220" height="30" as="geometry">
                        <mxRectangle width="220" height="30" as="alternateBounds"/>
                    </mxGeometry>
                </mxCell>
                <mxCell id="131" value="" style="shape=tableRow;horizontal=0;startSize=0;swimlaneHead=0;swimlaneBody=0;fillColor=default;collapsible=0;dropTarget=0;points=[[0,0.5],[1,0.5]];portConstraint=eastwest;top=0;left=0;right=0;bottom=0;html=1;labelBackgroundColor=none;labelBorderColor=none;swimlaneFillColor=none;" parent="72" vertex="1">
                    <mxGeometry y="149" width="280" height="30" as="geometry"/>
                </mxCell>
                <mxCell id="132" value="" style="shape=partialRectangle;connectable=0;fillColor=default;top=0;left=0;bottom=0;right=0;editable=1;overflow=hidden;html=1;whiteSpace=wrap;labelBackgroundColor=none;labelBorderColor=none;swimlaneFillColor=none;" parent="131" vertex="1">
                    <mxGeometry width="60" height="30" as="geometry">
                        <mxRectangle width="60" height="30" as="alternateBounds"/>
                    </mxGeometry>
                </mxCell>
                <mxCell id="133" value="T3_remark VARCHAR (255)" style="shape=partialRectangle;connectable=0;fillColor=default;top=0;left=0;bottom=0;right=0;align=left;spacingLeft=6;overflow=hidden;html=1;whiteSpace=wrap;labelBackgroundColor=none;labelBorderColor=none;swimlaneFillColor=none;" parent="131" vertex="1">
                    <mxGeometry x="60" width="220" height="30" as="geometry">
                        <mxRectangle width="220" height="30" as="alternateBounds"/>
                    </mxGeometry>
                </mxCell>
                <mxCell id="134" value="" style="shape=tableRow;horizontal=0;startSize=0;swimlaneHead=0;swimlaneBody=0;fillColor=default;collapsible=0;dropTarget=0;points=[[0,0.5],[1,0.5]];portConstraint=eastwest;top=0;left=0;right=0;bottom=0;html=1;labelBackgroundColor=none;labelBorderColor=none;swimlaneFillColor=none;" parent="72" vertex="1">
                    <mxGeometry y="179" width="280" height="30" as="geometry"/>
                </mxCell>
                <mxCell id="135" value="" style="shape=partialRectangle;connectable=0;fillColor=default;top=0;left=0;bottom=0;right=0;editable=1;overflow=hidden;html=1;whiteSpace=wrap;labelBackgroundColor=none;labelBorderColor=none;swimlaneFillColor=none;" parent="134" vertex="1">
                    <mxGeometry width="60" height="30" as="geometry">
                        <mxRectangle width="60" height="30" as="alternateBounds"/>
                    </mxGeometry>
                </mxCell>
                <mxCell id="136" value="T3_usage VARCHAR(30)" style="shape=partialRectangle;connectable=0;fillColor=default;top=0;left=0;bottom=0;right=0;align=left;spacingLeft=6;overflow=hidden;html=1;whiteSpace=wrap;labelBackgroundColor=none;labelBorderColor=none;swimlaneFillColor=none;" parent="134" vertex="1">
                    <mxGeometry x="60" width="220" height="30" as="geometry">
                        <mxRectangle width="220" height="30" as="alternateBounds"/>
                    </mxGeometry>
                </mxCell>
                <mxCell id="137" value="" style="shape=tableRow;horizontal=0;startSize=0;swimlaneHead=0;swimlaneBody=0;fillColor=default;collapsible=0;dropTarget=0;points=[[0,0.5],[1,0.5]];portConstraint=eastwest;top=0;left=0;right=0;bottom=0;html=1;labelBackgroundColor=none;labelBorderColor=none;swimlaneFillColor=none;" parent="72" vertex="1">
                    <mxGeometry y="209" width="280" height="30" as="geometry"/>
                </mxCell>
                <mxCell id="138" value="" style="shape=partialRectangle;connectable=0;fillColor=default;top=0;left=0;bottom=0;right=0;editable=1;overflow=hidden;html=1;whiteSpace=wrap;labelBackgroundColor=none;labelBorderColor=none;swimlaneFillColor=none;" parent="137" vertex="1">
                    <mxGeometry width="60" height="30" as="geometry">
                        <mxRectangle width="60" height="30" as="alternateBounds"/>
                    </mxGeometry>
                </mxCell>
                <mxCell id="139" value="T3_type VARCHAR(30)" style="shape=partialRectangle;connectable=0;fillColor=default;top=0;left=0;bottom=0;right=0;align=left;spacingLeft=6;overflow=hidden;html=1;whiteSpace=wrap;labelBackgroundColor=none;labelBorderColor=none;swimlaneFillColor=none;" parent="137" vertex="1">
                    <mxGeometry x="60" width="220" height="30" as="geometry">
                        <mxRectangle width="220" height="30" as="alternateBounds"/>
                    </mxGeometry>
                </mxCell>
                <mxCell id="82" value="" style="shape=tableRow;horizontal=0;startSize=0;swimlaneHead=0;swimlaneBody=0;fillColor=default;collapsible=0;dropTarget=0;points=[[0,0.5],[1,0.5]];portConstraint=eastwest;top=0;left=0;right=0;bottom=0;html=1;labelBackgroundColor=none;labelBorderColor=none;swimlaneFillColor=none;" parent="72" vertex="1">
                    <mxGeometry y="239" width="280" height="30" as="geometry"/>
                </mxCell>
                <mxCell id="83" value="" style="shape=partialRectangle;connectable=0;fillColor=default;top=0;left=0;bottom=0;right=0;editable=1;overflow=hidden;html=1;whiteSpace=wrap;labelBackgroundColor=none;labelBorderColor=none;swimlaneFillColor=none;" parent="82" vertex="1">
                    <mxGeometry width="60" height="30" as="geometry">
                        <mxRectangle width="60" height="30" as="alternateBounds"/>
                    </mxGeometry>
                </mxCell>
                <mxCell id="84" value="T3_approval JSON" style="shape=partialRectangle;connectable=0;fillColor=default;top=0;left=0;bottom=0;right=0;align=left;spacingLeft=6;overflow=hidden;html=1;whiteSpace=wrap;labelBackgroundColor=none;labelBorderColor=none;swimlaneFillColor=none;" parent="82" vertex="1">
                    <mxGeometry x="60" width="220" height="30" as="geometry">
                        <mxRectangle width="220" height="30" as="alternateBounds"/>
                    </mxGeometry>
                </mxCell>
                <mxCell id="88" value="" style="shape=tableRow;horizontal=0;startSize=0;swimlaneHead=0;swimlaneBody=0;fillColor=default;collapsible=0;dropTarget=0;points=[[0,0.5],[1,0.5]];portConstraint=eastwest;top=0;left=0;right=0;bottom=0;html=1;labelBackgroundColor=none;labelBorderColor=none;swimlaneFillColor=none;" parent="72" vertex="1">
                    <mxGeometry y="269" width="280" height="30" as="geometry"/>
                </mxCell>
                <mxCell id="89" value="" style="shape=partialRectangle;connectable=0;fillColor=default;top=0;left=0;bottom=0;right=0;editable=1;overflow=hidden;html=1;whiteSpace=wrap;labelBackgroundColor=none;labelBorderColor=none;swimlaneFillColor=none;" parent="88" vertex="1">
                    <mxGeometry width="60" height="30" as="geometry">
                        <mxRectangle width="60" height="30" as="alternateBounds"/>
                    </mxGeometry>
                </mxCell>
                <mxCell id="90" value="T3_status VARCHAR(40)" style="shape=partialRectangle;connectable=0;fillColor=default;top=0;left=0;bottom=0;right=0;align=left;spacingLeft=6;overflow=hidden;html=1;whiteSpace=wrap;labelBackgroundColor=none;labelBorderColor=none;swimlaneFillColor=none;" parent="88" vertex="1">
                    <mxGeometry x="60" width="220" height="30" as="geometry">
                        <mxRectangle width="220" height="30" as="alternateBounds"/>
                    </mxGeometry>
                </mxCell>
                <mxCell id="85" value="" style="shape=tableRow;horizontal=0;startSize=0;swimlaneHead=0;swimlaneBody=0;fillColor=default;collapsible=0;dropTarget=0;points=[[0,0.5],[1,0.5]];portConstraint=eastwest;top=0;left=0;right=0;bottom=0;html=1;labelBackgroundColor=none;labelBorderColor=none;swimlaneFillColor=none;" parent="72" vertex="1">
                    <mxGeometry y="299" width="280" height="30" as="geometry"/>
                </mxCell>
                <mxCell id="86" value="" style="shape=partialRectangle;connectable=0;fillColor=default;top=0;left=0;bottom=0;right=0;editable=1;overflow=hidden;html=1;whiteSpace=wrap;labelBackgroundColor=none;labelBorderColor=none;swimlaneFillColor=none;" parent="85" vertex="1">
                    <mxGeometry width="60" height="30" as="geometry">
                        <mxRectangle width="60" height="30" as="alternateBounds"/>
                    </mxGeometry>
                </mxCell>
                <mxCell id="87" value="T3_details JSON" style="shape=partialRectangle;connectable=0;fillColor=default;top=0;left=0;bottom=0;right=0;align=left;spacingLeft=6;overflow=hidden;html=1;whiteSpace=wrap;labelBackgroundColor=none;labelBorderColor=none;swimlaneFillColor=none;" parent="85" vertex="1">
                    <mxGeometry x="60" width="220" height="30" as="geometry">
                        <mxRectangle width="220" height="30" as="alternateBounds"/>
                    </mxGeometry>
                </mxCell>
                <mxCell id="161" value="T4_loan" style="shape=table;startSize=30;container=1;collapsible=1;childLayout=tableLayout;fixedRows=1;rowLines=0;fontStyle=1;align=center;resizeLast=1;html=1;whiteSpace=wrap;fillColor=default;fillStyle=solid;swimlaneFillColor=none;strokeColor=default;perimeterSpacing=0;swimlaneLine=1;shadow=0;strokeWidth=2;labelBorderColor=none;labelBackgroundColor=none;" parent="1" vertex="1">
-                     <mxGeometry x="860" y="140" width="280" height="180" as="geometry"/>
+                     <mxGeometry x="860" y="110" width="280" height="210" as="geometry"/>
+                 </mxCell>
+                 <mxCell id="239" value="" style="shape=tableRow;horizontal=0;startSize=0;swimlaneHead=0;swimlaneBody=0;fillColor=default;collapsible=0;dropTarget=0;points=[[0,0.5],[1,0.5]];portConstraint=eastwest;top=0;left=0;right=0;bottom=0;html=1;labelBackgroundColor=none;labelBorderColor=none;swimlaneFillColor=none;" vertex="1" parent="161">
+                     <mxGeometry y="30" width="280" height="30" as="geometry"/>
+                 </mxCell>
+                 <mxCell id="240" value="PK" style="shape=partialRectangle;connectable=0;fillColor=default;top=0;left=0;bottom=0;right=0;editable=1;overflow=hidden;html=1;whiteSpace=wrap;labelBackgroundColor=none;labelBorderColor=none;swimlaneFillColor=none;" vertex="1" parent="239">
+                     <mxGeometry width="60" height="30" as="geometry">
+                         <mxRectangle width="60" height="30" as="alternateBounds"/>
+                     </mxGeometry>
+                 </mxCell>
+                 <mxCell id="241" value="T4_loanid" style="shape=partialRectangle;connectable=0;fillColor=default;top=0;left=0;bottom=0;right=0;align=left;spacingLeft=6;overflow=hidden;html=1;whiteSpace=wrap;labelBackgroundColor=none;labelBorderColor=none;swimlaneFillColor=none;" vertex="1" parent="239">
+                     <mxGeometry x="60" width="220" height="30" as="geometry">
+                         <mxRectangle width="220" height="30" as="alternateBounds"/>
+                     </mxGeometry>
                </mxCell>
                <mxCell id="201" value="" style="shape=tableRow;horizontal=0;startSize=0;swimlaneHead=0;swimlaneBody=0;fillColor=default;collapsible=0;dropTarget=0;points=[[0,0.5],[1,0.5]];portConstraint=eastwest;top=0;left=0;right=0;bottom=0;html=1;labelBackgroundColor=none;labelBorderColor=none;swimlaneFillColor=none;" parent="161" vertex="1">
-                     <mxGeometry y="30" width="280" height="30" as="geometry"/>
+                     <mxGeometry y="60" width="280" height="30" as="geometry"/>
                </mxCell>
                <mxCell id="202" value="FK" style="shape=partialRectangle;connectable=0;fillColor=default;top=0;left=0;bottom=0;right=0;editable=1;overflow=hidden;html=1;whiteSpace=wrap;labelBackgroundColor=none;labelBorderColor=none;swimlaneFillColor=none;" parent="201" vertex="1">
                    <mxGeometry width="60" height="30" as="geometry">
                        <mxRectangle width="60" height="30" as="alternateBounds"/>
                    </mxGeometry>
                </mxCell>
                <mxCell id="203" value="T4T3_requestid VARCHAR(50)" style="shape=partialRectangle;connectable=0;fillColor=default;top=0;left=0;bottom=0;right=0;align=left;spacingLeft=6;overflow=hidden;html=1;whiteSpace=wrap;labelBackgroundColor=none;labelBorderColor=none;swimlaneFillColor=none;" parent="201" vertex="1">
                    <mxGeometry x="60" width="220" height="30" as="geometry">
                        <mxRectangle width="220" height="30" as="alternateBounds"/>
                    </mxGeometry>
                </mxCell>
                <mxCell id="165" value="" style="shape=tableRow;horizontal=0;startSize=0;swimlaneHead=0;swimlaneBody=0;fillColor=default;collapsible=0;dropTarget=0;points=[[0,0.5],[1,0.5]];portConstraint=eastwest;top=0;left=0;right=0;bottom=0;html=1;labelBackgroundColor=none;labelBorderColor=none;swimlaneFillColor=none;" parent="161" vertex="1">
-                     <mxGeometry y="60" width="280" height="30" as="geometry"/>
+                     <mxGeometry y="90" width="280" height="30" as="geometry"/>
                </mxCell>
                <mxCell id="166" value="&lt;span style=&quot;font-weight: normal;&quot;&gt;FK&lt;/span&gt;" style="shape=partialRectangle;connectable=0;fillColor=default;top=0;left=0;bottom=0;right=0;fontStyle=1;overflow=hidden;html=1;whiteSpace=wrap;strokeWidth=1;shadow=0;strokeColor=default;perimeterSpacing=0;labelBackgroundColor=none;labelBorderColor=none;swimlaneFillColor=none;" parent="165" vertex="1">
                    <mxGeometry width="60" height="30" as="geometry">
                        <mxRectangle width="60" height="30" as="alternateBounds"/>
                    </mxGeometry>
                </mxCell>
                <mxCell id="167" value="T4T2_asset VARCHAR(50)" style="shape=partialRectangle;connectable=0;fillColor=default;top=0;left=0;bottom=0;right=0;align=left;spacingLeft=6;fontStyle=0;overflow=hidden;html=1;whiteSpace=wrap;strokeWidth=1;shadow=0;perimeterSpacing=0;labelBackgroundColor=none;labelBorderColor=none;swimlaneFillColor=none;" parent="165" vertex="1">
                    <mxGeometry x="60" width="220" height="30" as="geometry">
                        <mxRectangle width="220" height="30" as="alternateBounds"/>
                    </mxGeometry>
                </mxCell>
                <mxCell id="171" value="" style="shape=tableRow;horizontal=0;startSize=0;swimlaneHead=0;swimlaneBody=0;fillColor=default;collapsible=0;dropTarget=0;points=[[0,0.5],[1,0.5]];portConstraint=eastwest;top=0;left=0;right=0;bottom=0;html=1;labelBackgroundColor=none;labelBorderColor=none;swimlaneFillColor=none;" parent="161" vertex="1">
-                     <mxGeometry y="90" width="280" height="30" as="geometry"/>
+                     <mxGeometry y="120" width="280" height="30" as="geometry"/>
                </mxCell>
                <mxCell id="172" value="" style="shape=partialRectangle;connectable=0;fillColor=default;top=0;left=0;bottom=0;right=0;editable=1;overflow=hidden;html=1;whiteSpace=wrap;labelBackgroundColor=none;labelBorderColor=none;swimlaneFillColor=none;" parent="171" vertex="1">
                    <mxGeometry width="60" height="30" as="geometry">
                        <mxRectangle width="60" height="30" as="alternateBounds"/>
                    </mxGeometry>
                </mxCell>
                <mxCell id="173" value="T4_timereceive DATETIME" style="shape=partialRectangle;connectable=0;fillColor=default;top=0;left=0;bottom=0;right=0;align=left;spacingLeft=6;overflow=hidden;html=1;whiteSpace=wrap;labelBackgroundColor=none;labelBorderColor=none;swimlaneFillColor=none;" parent="171" vertex="1">
                    <mxGeometry x="60" width="220" height="30" as="geometry">
                        <mxRectangle width="220" height="30" as="alternateBounds"/>
                    </mxGeometry>
                </mxCell>
                <mxCell id="174" value="" style="shape=tableRow;horizontal=0;startSize=0;swimlaneHead=0;swimlaneBody=0;fillColor=default;collapsible=0;dropTarget=0;points=[[0,0.5],[1,0.5]];portConstraint=eastwest;top=0;left=0;right=0;bottom=0;html=1;labelBackgroundColor=none;labelBorderColor=none;swimlaneFillColor=none;" parent="161" vertex="1">
-                     <mxGeometry y="120" width="280" height="30" as="geometry"/>
+                     <mxGeometry y="150" width="280" height="30" as="geometry"/>
                </mxCell>
                <mxCell id="175" value="" style="shape=partialRectangle;connectable=0;fillColor=default;top=0;left=0;bottom=0;right=0;editable=1;overflow=hidden;html=1;whiteSpace=wrap;labelBackgroundColor=none;labelBorderColor=none;swimlaneFillColor=none;" parent="174" vertex="1">
                    <mxGeometry width="60" height="30" as="geometry">
                        <mxRectangle width="60" height="30" as="alternateBounds"/>
                    </mxGeometry>
                </mxCell>
                <mxCell id="176" value="T4_timereturn DATETIME" style="shape=partialRectangle;connectable=0;fillColor=default;top=0;left=0;bottom=0;right=0;align=left;spacingLeft=6;overflow=hidden;html=1;whiteSpace=wrap;labelBackgroundColor=none;labelBorderColor=none;swimlaneFillColor=none;" parent="174" vertex="1">
                    <mxGeometry x="60" width="220" height="30" as="geometry">
                        <mxRectangle width="220" height="30" as="alternateBounds"/>
                    </mxGeometry>
                </mxCell>
                <mxCell id="236" value="" style="shape=tableRow;horizontal=0;startSize=0;swimlaneHead=0;swimlaneBody=0;fillColor=default;collapsible=0;dropTarget=0;points=[[0,0.5],[1,0.5]];portConstraint=eastwest;top=0;left=0;right=0;bottom=0;html=1;labelBackgroundColor=none;labelBorderColor=none;swimlaneFillColor=none;" parent="161" vertex="1">
-                     <mxGeometry y="150" width="280" height="30" as="geometry"/>
+                     <mxGeometry y="180" width="280" height="30" as="geometry"/>
                </mxCell>
                <mxCell id="237" value="" style="shape=partialRectangle;connectable=0;fillColor=default;top=0;left=0;bottom=0;right=0;editable=1;overflow=hidden;html=1;whiteSpace=wrap;labelBackgroundColor=none;labelBorderColor=none;swimlaneFillColor=none;" parent="236" vertex="1">
                    <mxGeometry width="60" height="30" as="geometry">
                        <mxRectangle width="60" height="30" as="alternateBounds"/>
                    </mxGeometry>
                </mxCell>
                <mxCell id="238" value="T4_status VARCHAR(40)" style="shape=partialRectangle;connectable=0;fillColor=default;top=0;left=0;bottom=0;right=0;align=left;spacingLeft=6;overflow=hidden;html=1;whiteSpace=wrap;labelBackgroundColor=none;labelBorderColor=none;swimlaneFillColor=none;" parent="236" vertex="1">
                    <mxGeometry x="60" width="220" height="30" as="geometry">
                        <mxRectangle width="220" height="30" as="alternateBounds"/>
                    </mxGeometry>
                </mxCell>
                <mxCell id="204" value="T5_book" style="shape=table;startSize=30;container=1;collapsible=1;childLayout=tableLayout;fixedRows=1;rowLines=0;fontStyle=1;align=center;resizeLast=1;html=1;whiteSpace=wrap;fillColor=default;fillStyle=solid;swimlaneFillColor=none;strokeColor=default;perimeterSpacing=0;swimlaneLine=1;shadow=0;strokeWidth=2;labelBorderColor=none;labelBackgroundColor=none;" parent="1" vertex="1">
                    <mxGeometry x="520" y="370" width="290" height="180" as="geometry"/>
                </mxCell>
                <mxCell id="205" value="" style="shape=tableRow;horizontal=0;startSize=0;swimlaneHead=0;swimlaneBody=0;fillColor=default;collapsible=0;dropTarget=0;points=[[0,0.5],[1,0.5]];portConstraint=eastwest;top=0;left=0;right=0;bottom=0;html=1;labelBackgroundColor=none;labelBorderColor=none;swimlaneFillColor=none;" parent="204" vertex="1">
                    <mxGeometry y="30" width="290" height="30" as="geometry"/>
                </mxCell>
                <mxCell id="206" value="PK" style="shape=partialRectangle;connectable=0;fillColor=default;top=0;left=0;bottom=0;right=0;fontStyle=1;overflow=hidden;html=1;whiteSpace=wrap;labelBackgroundColor=none;labelBorderColor=none;swimlaneFillColor=none;" parent="205" vertex="1">
                    <mxGeometry width="60" height="30" as="geometry">
                        <mxRectangle width="60" height="30" as="alternateBounds"/>
                    </mxGeometry>
                </mxCell>
                <mxCell id="207" value="T5_bookid VARCHAR(50)" style="shape=partialRectangle;connectable=0;fillColor=default;top=0;left=0;bottom=0;right=0;align=left;spacingLeft=6;fontStyle=1;overflow=hidden;html=1;whiteSpace=wrap;labelBackgroundColor=none;labelBorderColor=none;swimlaneFillColor=none;" parent="205" vertex="1">
                    <mxGeometry x="60" width="230" height="30" as="geometry">
                        <mxRectangle width="230" height="30" as="alternateBounds"/>
                    </mxGeometry>
                </mxCell>
                <mxCell id="208" value="" style="shape=tableRow;horizontal=0;startSize=0;swimlaneHead=0;swimlaneBody=0;fillColor=default;collapsible=0;dropTarget=0;points=[[0,0.5],[1,0.5]];portConstraint=eastwest;top=0;left=0;right=0;bottom=0;html=1;labelBackgroundColor=none;labelBorderColor=none;swimlaneFillColor=none;" parent="204" vertex="1">
                    <mxGeometry y="60" width="290" height="30" as="geometry"/>
                </mxCell>
                <mxCell id="209" value="FK" style="shape=partialRectangle;connectable=0;fillColor=default;top=0;left=0;bottom=0;right=0;editable=1;overflow=hidden;html=1;whiteSpace=wrap;labelBackgroundColor=none;labelBorderColor=none;swimlaneFillColor=none;" parent="208" vertex="1">
                    <mxGeometry width="60" height="30" as="geometry">
                        <mxRectangle width="60" height="30" as="alternateBounds"/>
                    </mxGeometry>
                </mxCell>
                <mxCell id="210" value="T5T3_requestid VARCHAR(50)" style="shape=partialRectangle;connectable=0;fillColor=default;top=0;left=0;bottom=0;right=0;align=left;spacingLeft=6;overflow=hidden;html=1;whiteSpace=wrap;labelBackgroundColor=none;labelBorderColor=none;swimlaneFillColor=none;" parent="208" vertex="1">
                    <mxGeometry x="60" width="230" height="30" as="geometry">
                        <mxRectangle width="230" height="30" as="alternateBounds"/>
                    </mxGeometry>
                </mxCell>
                <mxCell id="211" value="" style="shape=tableRow;horizontal=0;startSize=0;swimlaneHead=0;swimlaneBody=0;fillColor=default;collapsible=0;dropTarget=0;points=[[0,0.5],[1,0.5]];portConstraint=eastwest;top=0;left=0;right=0;bottom=0;html=1;labelBackgroundColor=none;labelBorderColor=none;swimlaneFillColor=none;" parent="204" vertex="1">
                    <mxGeometry y="90" width="290" height="30" as="geometry"/>
                </mxCell>
                <mxCell id="212" value="" style="shape=partialRectangle;connectable=0;fillColor=default;top=0;left=0;bottom=0;right=0;fontStyle=1;overflow=hidden;html=1;whiteSpace=wrap;strokeWidth=1;shadow=0;strokeColor=default;perimeterSpacing=0;labelBackgroundColor=none;labelBorderColor=none;swimlaneFillColor=none;" parent="211" vertex="1">
                    <mxGeometry width="60" height="30" as="geometry">
                        <mxRectangle width="60" height="30" as="alternateBounds"/>
                    </mxGeometry>
                </mxCell>
                <mxCell id="213" value="T5_asset JSON" style="shape=partialRectangle;connectable=0;fillColor=default;top=0;left=0;bottom=0;right=0;align=left;spacingLeft=6;fontStyle=0;overflow=hidden;html=1;whiteSpace=wrap;strokeWidth=1;shadow=0;perimeterSpacing=0;labelBackgroundColor=none;labelBorderColor=none;swimlaneFillColor=none;" parent="211" vertex="1">
                    <mxGeometry x="60" width="230" height="30" as="geometry">
                        <mxRectangle width="230" height="30" as="alternateBounds"/>
                    </mxGeometry>
                </mxCell>
                <mxCell id="217" value="" style="shape=tableRow;horizontal=0;startSize=0;swimlaneHead=0;swimlaneBody=0;fillColor=default;collapsible=0;dropTarget=0;points=[[0,0.5],[1,0.5]];portConstraint=eastwest;top=0;left=0;right=0;bottom=0;html=1;labelBackgroundColor=none;labelBorderColor=none;swimlaneFillColor=none;" parent="204" vertex="1">
                    <mxGeometry y="120" width="290" height="30" as="geometry"/>
                </mxCell>
                <mxCell id="218" value="" style="shape=partialRectangle;connectable=0;fillColor=default;top=0;left=0;bottom=0;right=0;editable=1;overflow=hidden;html=1;whiteSpace=wrap;labelBackgroundColor=none;labelBorderColor=none;swimlaneFillColor=none;" parent="217" vertex="1">
                    <mxGeometry width="60" height="30" as="geometry">
                        <mxRectangle width="60" height="30" as="alternateBounds"/>
                    </mxGeometry>
                </mxCell>
                <mxCell id="219" value="T5_timestart DATETIME" style="shape=partialRectangle;connectable=0;fillColor=default;top=0;left=0;bottom=0;right=0;align=left;spacingLeft=6;overflow=hidden;html=1;whiteSpace=wrap;labelBackgroundColor=none;labelBorderColor=none;swimlaneFillColor=none;" parent="217" vertex="1">
                    <mxGeometry x="60" width="230" height="30" as="geometry">
                        <mxRectangle width="230" height="30" as="alternateBounds"/>
                    </mxGeometry>
                </mxCell>
                <mxCell id="220" value="" style="shape=tableRow;horizontal=0;startSize=0;swimlaneHead=0;swimlaneBody=0;fillColor=default;collapsible=0;dropTarget=0;points=[[0,0.5],[1,0.5]];portConstraint=eastwest;top=0;left=0;right=0;bottom=0;html=1;labelBackgroundColor=none;labelBorderColor=none;swimlaneFillColor=none;" parent="204" vertex="1">
                    <mxGeometry y="150" width="290" height="30" as="geometry"/>
                </mxCell>
                <mxCell id="221" value="" style="shape=partialRectangle;connectable=0;fillColor=default;top=0;left=0;bottom=0;right=0;editable=1;overflow=hidden;html=1;whiteSpace=wrap;labelBackgroundColor=none;labelBorderColor=none;swimlaneFillColor=none;" parent="220" vertex="1">
                    <mxGeometry width="60" height="30" as="geometry">
                        <mxRectangle width="60" height="30" as="alternateBounds"/>
                    </mxGeometry>
                </mxCell>
                <mxCell id="222" value="T5&lt;span style=&quot;color: rgb(63, 63, 63); background-color: transparent;&quot;&gt;_timeend DATETIME&lt;/span&gt;" style="shape=partialRectangle;connectable=0;fillColor=default;top=0;left=0;bottom=0;right=0;align=left;spacingLeft=6;overflow=hidden;html=1;whiteSpace=wrap;labelBackgroundColor=none;labelBorderColor=none;swimlaneFillColor=none;" parent="220" vertex="1">
                    <mxGeometry x="60" width="230" height="30" as="geometry">
                        <mxRectangle width="230" height="30" as="alternateBounds"/>
                    </mxGeometry>
                </mxCell>
                <mxCell id="229" style="edgeStyle=orthogonalEdgeStyle;html=1;entryX=0;entryY=0.5;entryDx=0;entryDy=0;exitX=0;exitY=0.5;exitDx=0;exitDy=0;rounded=0;curved=0;strokeWidth=2;endArrow=ERzeroToMany;endFill=0;startArrow=ERmandOne;startFill=0;" parent="1" source="19" target="60" edge="1">
                    <mxGeometry relative="1" as="geometry">
                        <Array as="points">
                            <mxPoint x="190" y="575"/>
                            <mxPoint x="190" y="305"/>
                        </Array>
                    </mxGeometry>
                </mxCell>
                <mxCell id="232" style="edgeStyle=orthogonalEdgeStyle;shape=connector;curved=0;rounded=0;html=1;exitX=0;exitY=0.5;exitDx=0;exitDy=0;entryX=1;entryY=0.25;entryDx=0;entryDy=0;strokeColor=default;strokeWidth=2;align=center;verticalAlign=middle;fontFamily=Helvetica;fontSize=11;fontColor=default;labelBackgroundColor=default;endArrow=ERzeroToOne;startArrow=ERmandOne;startFill=0;endFill=0;" parent="1" source="73" target="204" edge="1">
                    <mxGeometry relative="1" as="geometry"/>
                </mxCell>
-                 <mxCell id="233" style="edgeStyle=orthogonalEdgeStyle;shape=connector;curved=0;rounded=0;html=1;exitX=1;exitY=0.5;exitDx=0;exitDy=0;entryX=1;entryY=0.25;entryDx=0;entryDy=0;strokeColor=default;strokeWidth=2;align=center;verticalAlign=middle;fontFamily=Helvetica;fontSize=11;fontColor=default;labelBackgroundColor=default;endArrow=ERzeroToOne;startArrow=ERmandOne;startFill=0;endFill=0;" parent="1" source="73" edge="1" target="161">
+                 <mxCell id="234" style="edgeStyle=orthogonalEdgeStyle;shape=connector;curved=0;rounded=0;html=1;entryX=0;entryY=0.5;entryDx=0;entryDy=0;strokeColor=default;strokeWidth=2;align=center;verticalAlign=middle;fontFamily=Helvetica;fontSize=11;fontColor=default;labelBackgroundColor=default;endArrow=ERmandOne;startArrow=ERzeroToMany;startFill=0;endFill=0;" parent="1" source="35" target="165" edge="1">
+                     <mxGeometry relative="1" as="geometry"/>
+                 </mxCell>
+                 <mxCell id="235" style="edgeStyle=orthogonalEdgeStyle;shape=connector;curved=0;rounded=0;html=1;entryX=0;entryY=0.5;entryDx=0;entryDy=0;strokeColor=default;strokeWidth=2;align=center;verticalAlign=middle;fontFamily=Helvetica;fontSize=11;fontColor=default;labelBackgroundColor=default;endArrow=ERzeroToMany;startArrow=ERmandOne;startFill=0;endFill=0;" parent="1" source="19" target="76" edge="1">
+                     <mxGeometry relative="1" as="geometry"/>
+                 </mxCell>
+                 <mxCell id="233" style="edgeStyle=orthogonalEdgeStyle;shape=connector;curved=0;rounded=0;html=1;exitX=1;exitY=0.5;exitDx=0;exitDy=0;entryX=1;entryY=0.5;entryDx=0;entryDy=0;strokeColor=default;strokeWidth=2;align=center;verticalAlign=middle;fontFamily=Helvetica;fontSize=11;fontColor=default;labelBackgroundColor=default;endArrow=ERzeroToMany;startArrow=ERmandOne;startFill=0;endFill=0;" parent="1" source="201" target="73" edge="1">
                    <mxGeometry relative="1" as="geometry">
                        <mxPoint x="1140" y="467" as="sourcePoint"/>
                        <mxPoint x="1140" y="187" as="targetPoint"/>
                        <Array as="points">
-                             <mxPoint x="1170" y="545"/>
-                             <mxPoint x="1170" y="185"/>
+                             <mxPoint x="1190" y="185"/>
+                             <mxPoint x="1190" y="545"/>
                        </Array>
                    </mxGeometry>
-                 </mxCell>
-                 <mxCell id="234" style="edgeStyle=orthogonalEdgeStyle;shape=connector;curved=0;rounded=0;html=1;entryX=0;entryY=0.5;entryDx=0;entryDy=0;strokeColor=default;strokeWidth=2;align=center;verticalAlign=middle;fontFamily=Helvetica;fontSize=11;fontColor=default;labelBackgroundColor=default;endArrow=ERzeroToMany;startArrow=ERoneToMany;startFill=0;endFill=0;" parent="1" source="35" target="165" edge="1">
-                     <mxGeometry relative="1" as="geometry"/>
-                 </mxCell>
-                 <mxCell id="235" style="edgeStyle=orthogonalEdgeStyle;shape=connector;curved=0;rounded=0;html=1;entryX=0;entryY=0.5;entryDx=0;entryDy=0;strokeColor=default;strokeWidth=2;align=center;verticalAlign=middle;fontFamily=Helvetica;fontSize=11;fontColor=default;labelBackgroundColor=default;endArrow=ERzeroToMany;startArrow=ERmandOne;startFill=0;endFill=0;" parent="1" source="19" target="76" edge="1">
-                     <mxGeometry relative="1" as="geometry"/>
                </mxCell>
            </root>
        </mxGraphModel>
    </diagram>
</mxfile>